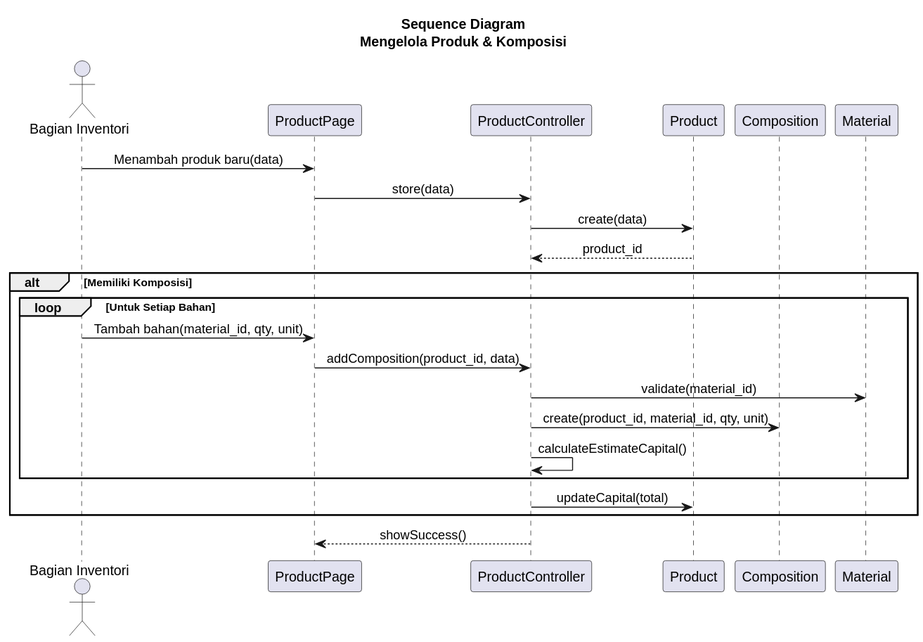
pawon3d/pawon3d keeps this PlantUML diagram as docs/diagrams/svg/sequence/sequence-inc-1-produk.svg. Above is the earlier version.
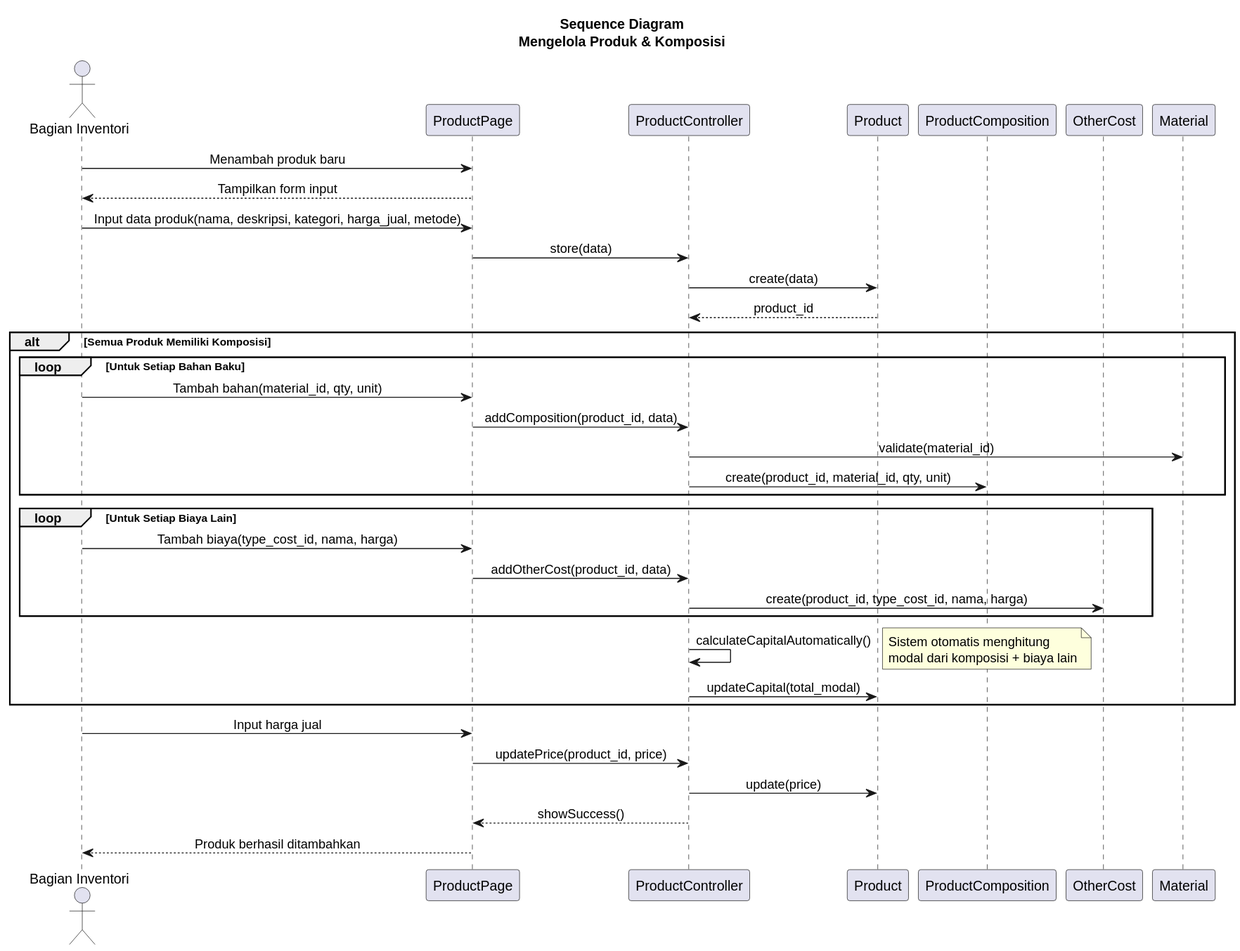
After the change.

The edit, as a diff of the source:
```diff
@@ -7,24 +7,41 @@
 participant "ProductPage" as PP
 participant "ProductController" as PC
 participant "Product" as PM
-participant "Composition" as PCM
+participant "ProductComposition" as PCM
+participant "OtherCost" as OC
 participant "Material" as MT
 
-Inv -> PP : Menambah produk baru(data)
+Inv -> PP : Menambah produk baru
+PP --> Inv : Tampilkan form input
+
+Inv -> PP : Input data produk(nama, deskripsi, kategori, harga_jual, metode)
 PP -> PC : store(data)
 PC -> PM : create(data)
 PM --> PC : product_id
 
-alt Memiliki Komposisi
-    loop Untuk Setiap Bahan
+alt Semua Produk Memiliki Komposisi
+    loop Untuk Setiap Bahan Baku
         Inv -> PP : Tambah bahan(material_id, qty, unit)
         PP -> PC : addComposition(product_id, data)
         PC -> MT : validate(material_id)
         PC -> PCM : create(product_id, material_id, qty, unit)
-        PC -> PC : calculateEstimateCapital()
     end
-    PC -> PM : updateCapital(total)
+
+    loop Untuk Setiap Biaya Lain
+        Inv -> PP : Tambah biaya(type_cost_id, nama, harga)
+        PP -> PC : addOtherCost(product_id, data)
+        PC -> OC : create(product_id, type_cost_id, nama, harga)
+    end
+
+    PC -> PC : calculateCapitalAutomatically()
+    note right: Sistem otomatis menghitung\nmodal dari komposisi + biaya lain
+    PC -> PM : updateCapital(total_modal)
 end
 
+Inv -> PP : Input harga jual
+PP -> PC : updatePrice(product_id, price)
+PC -> PM : update(price)
+
 PC --> PP : showSuccess()
+PP --> Inv : Produk berhasil ditambahkan
 @enduml
```
